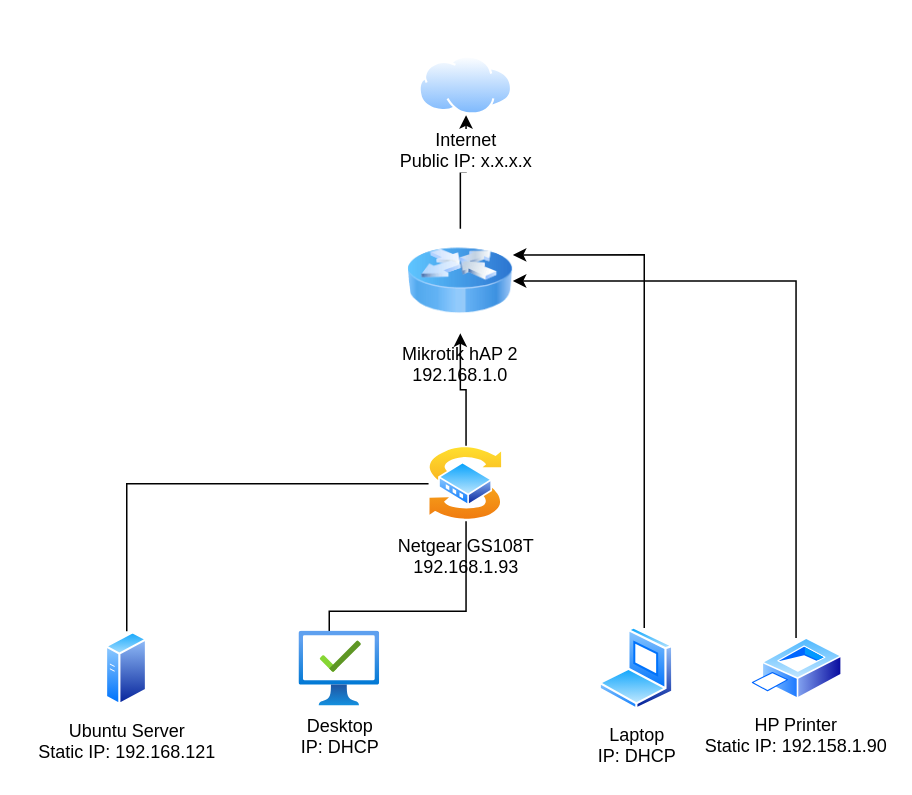
Earlier version of the draw.io diagram Homelab.drawio (GGus99/homelab-security-stack). Source tidied: cells renumbered, new cells numbered last; positions are measured from the earlier drawing's top-left corner, leaving out a move shared by most shapes. Both pictures are drawn from the tidied source at 150%, with x=0, y=0 at pixel (105, 56).
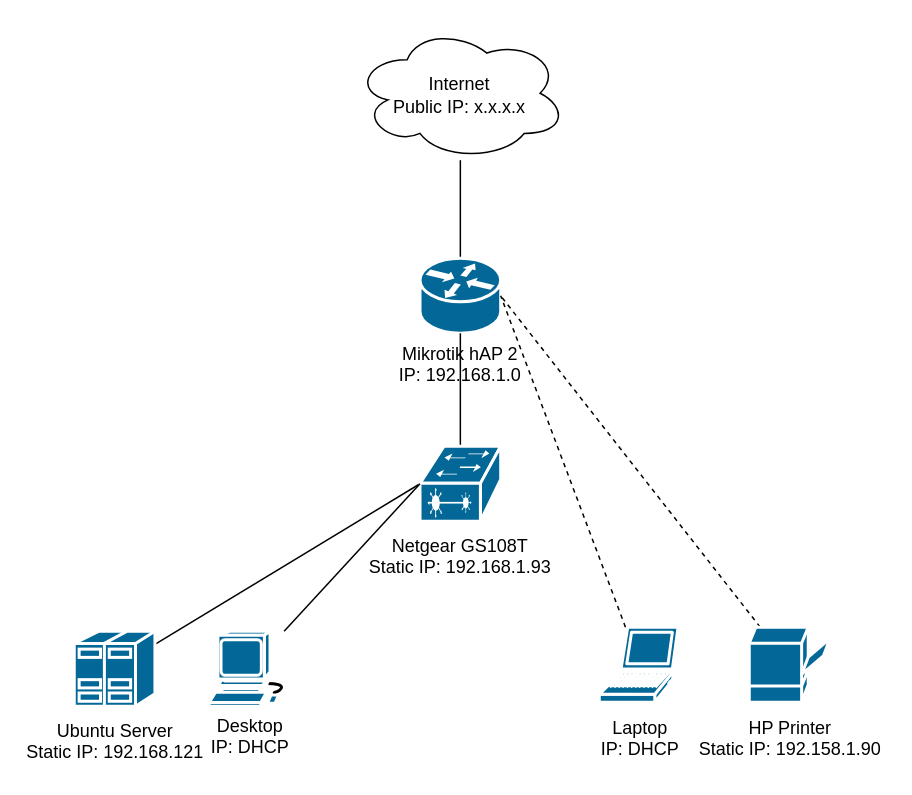
The same diagram, later.

Commit message:
Updated Lines and Icons Homelab.drawio

What changed in the source:
```diff
@@
 <mxGraphModel>
   <root>
     <mxCell id="0" />
     <mxCell id="1" parent="0" />
-    <mxCell id="2" style="edgeStyle=orthogonalEdgeStyle;rounded=0;jettySize=auto;html=1;defaultLabelBackgroundColor=page;" parent="1" edge="1" source="3" target="11">
-      <mxGeometry x="-0.49" relative="1" as="geometry" />
+    <mxCell id="2" style="rounded=0;jettySize=auto;html=1;defaultLabelBackgroundColor=page;strokeColor=default;elbow=vertical;startArrow=none;startFill=0;endArrow=none;endFill=0;" parent="1" edge="1" source="3" target="11">
+      <mxGeometry x="-0.47" relative="1" as="geometry" />
     </mxCell>
-    <mxCell id="3" value="Mikrotik hAP 2&lt;div&gt;192.168.1.0&lt;/div&gt;" style="image;html=1;image=img/lib/clip_art/networking/Router_Icon_128x128.png;labelPerimeter=1;" parent="1" vertex="1">
-      <mxGeometry x="201.4" y="115" width="70" height="69.7" as="geometry" />
+    <mxCell id="3" value="Mikrotik hAP 2&lt;div&gt;IP: 192.168.1.0&lt;/div&gt;" style="html=1;image=img/lib/clip_art/networking/Router_Icon_128x128.png;labelPerimeter=1;strokeColor=#ffffff;sketch=0;dashed=0;fillColor=#036897;strokeWidth=2;verticalLabelPosition=bottom;verticalAlign=top;outlineConnect=0;shape=mxgraph.cisco.routers.router;" parent="1" vertex="1">
+      <mxGeometry x="209.5" y="134.7" width="53.8" height="50" as="geometry" />
     </mxCell>
-    <mxCell id="4" style="edgeStyle=orthogonalEdgeStyle;rounded=0;jettySize=auto;html=1;defaultLabelBackgroundColor=page;shape=filledEdge;startArrow=none;startFill=0;endArrow=none;endFill=0;" parent="1" edge="1" source="6" target="7">
+    <mxCell id="4" style="rounded=0;jettySize=auto;html=1;defaultLabelBackgroundColor=page;shape=filledEdge;startArrow=none;startFill=0;endArrow=none;endFill=0;exitX=0;exitY=0.5;exitDx=0;exitDy=0;exitPerimeter=0;" parent="1" edge="1" source="6" target="7">
       <mxGeometry relative="1" as="geometry" />
     </mxCell>
-    <mxCell id="5" style="edgeStyle=orthogonalEdgeStyle;rounded=0;jettySize=auto;html=1;entryX=0.5;entryY=1;entryDx=0;entryDy=0;defaultLabelBackgroundColor=page;" parent="1" edge="1" source="6" target="3">
+    <mxCell id="5" style="rounded=0;jettySize=auto;html=1;entryX=0.5;entryY=1;entryDx=0;entryDy=0;defaultLabelBackgroundColor=page;endArrow=none;endFill=0;" parent="1" edge="1" source="6" target="3">
       <mxGeometry relative="1" as="geometry" />
     </mxCell>
-    <mxCell id="6" value="Netgear GS108T&lt;div&gt;192.168.1.93&lt;/div&gt;" style="image;perimeter=ellipsePerimeter;html=1;align=center;shadow=0;dashed=0;spacingTop=3;image=img/lib/active_directory/switch.svg;labelPerimeter=1;" parent="1" vertex="1">
-      <mxGeometry x="215.2" y="260" width="50" height="50" as="geometry" />
+    <mxCell id="6" value="Netgear GS108T&lt;div&gt;Static IP: 192.168.1.93&lt;/div&gt;" style="html=1;align=center;shadow=0;dashed=0;spacingTop=3;image=img/lib/active_directory/switch.svg;labelPerimeter=1;strokeColor=#ffffff;sketch=0;fillColor=#036897;strokeWidth=2;verticalLabelPosition=bottom;verticalAlign=top;outlineConnect=0;shape=mxgraph.cisco.switches.layer_2_remote_switch;" parent="1" vertex="1">
+      <mxGeometry x="209.5" y="260" width="53.8" height="50" as="geometry" />
     </mxCell>
-    <mxCell id="7" value="Ubuntu Server&lt;div&gt;Static IP: 192.168.121&lt;/div&gt;" style="image;perimeter=ellipsePerimeter;html=1;align=center;shadow=0;dashed=0;spacingTop=3;image=img/lib/active_directory/generic_server.svg;labelPerimeter=1;" parent="1" vertex="1">
-      <mxGeometry y="383.4" width="28" height="50" as="geometry" />
+    <mxCell id="7" value="Ubuntu Server&lt;div&gt;Static IP: 192.168.121&lt;/div&gt;" style="html=1;align=center;shadow=0;dashed=0;spacingTop=3;image=img/lib/active_directory/generic_server.svg;labelPerimeter=1;strokeColor=#ffffff;sketch=0;fillColor=#036897;strokeWidth=2;verticalLabelPosition=bottom;verticalAlign=top;outlineConnect=0;shape=mxgraph.cisco.servers.standard_host;" parent="1" vertex="1">
+      <mxGeometry x="-21" y="383.4" width="53.8" height="50" as="geometry" />
     </mxCell>
-    <mxCell id="8" style="edgeStyle=orthogonalEdgeStyle;rounded=0;jettySize=auto;html=1;entryX=0.5;entryY=1;entryDx=0;entryDy=0;defaultLabelBackgroundColor=page;endArrow=none;endFill=0;exitX=0;exitY=0.5;exitDx=0;exitDy=0;exitPerimeter=0;" parent="1" edge="1" source="14" target="6">
-      <mxGeometry x="0.52" relative="1" as="geometry">
-        <Array as="points">
-          <mxPoint x="149" y="408.4" />
-          <mxPoint x="149" y="370" />
-          <mxPoint x="240.2" y="370" />
-        </Array>
-      </mxGeometry>
-    </mxCell>
-    <mxCell id="9" style="edgeStyle=orthogonalEdgeStyle;rounded=0;jettySize=auto;html=1;entryX=1;entryY=0.5;entryDx=0;entryDy=0;defaultLabelBackgroundColor=page;" parent="1" edge="1" source="10" target="3">
-      <mxGeometry x="0.05" relative="1" as="geometry">
-        <Array as="points">
-          <mxPoint x="460.2" y="149.8" />
-        </Array>
-      </mxGeometry>
+    <mxCell id="9" style="rounded=0;jettySize=auto;html=1;entryX=1;entryY=0.5;entryDx=0;entryDy=0;defaultLabelBackgroundColor=page;endArrow=none;endFill=0;dashed=1;" parent="1" edge="1" source="10" target="3">
+      <mxGeometry x="0.05" relative="1" as="geometry" />
     </mxCell>
-    <mxCell id="10" value="HP Printer&lt;div&gt;Static IP: 192.158.1.90&lt;/div&gt;" style="image;perimeter=ellipsePerimeter;html=1;align=center;shadow=0;dashed=0;spacingTop=3;image=img/lib/active_directory/printer.svg;labelPerimeter=1;" parent="1" vertex="1">
-      <mxGeometry x="429" y="387.8" width="62.4" height="41.2" as="geometry" />
+    <mxCell id="10" value="HP Printer&lt;div&gt;Static IP: 192.158.1.90&lt;/div&gt;" style="html=1;align=center;shadow=0;dashed=0;spacingTop=3;image=img/lib/active_directory/printer.svg;labelPerimeter=1;sketch=0;fillColor=#036897;strokeColor=#ffffff;strokeWidth=2;verticalLabelPosition=bottom;verticalAlign=top;outlineConnect=0;shape=mxgraph.cisco.computers_and_peripherals.printer;" parent="1" vertex="1">
+      <mxGeometry x="429" y="380.6" width="53.8" height="50" as="geometry" />
     </mxCell>
-    <mxCell id="11" value="Internet&lt;div&gt;Public IP: x.x.x.x&lt;/div&gt;" style="image;perimeter=ellipsePerimeter;html=1;align=center;shadow=0;dashed=0;spacingTop=3;image=img/lib/active_directory/internet_cloud.svg;labelPerimeter=1;" parent="1" vertex="1">
-      <mxGeometry x="209" width="62.4" height="39.3" as="geometry" />
+    <mxCell id="11" value="Internet&lt;div&gt;Public IP: x.x.x.x&lt;/div&gt;" style="html=1;align=center;shadow=0;dashed=0;spacingTop=3;image=img/lib/active_directory/internet_cloud.svg;labelPerimeter=1;shape=cloud;perimeter=ellipsePerimeter;whiteSpace=wrap;" parent="1" vertex="1">
+      <mxGeometry x="165.5" y="-20" width="141.8" height="89.3" as="geometry" />
     </mxCell>
-    <mxCell id="12" style="edgeStyle=orthogonalEdgeStyle;rounded=0;jettySize=auto;html=1;entryX=1;entryY=0.25;entryDx=0;entryDy=0;defaultLabelBackgroundColor=page;" parent="1" edge="1" source="13" target="3">
-      <mxGeometry relative="1" as="geometry">
-        <Array as="points">
-          <mxPoint x="359" y="132.4" />
-        </Array>
-      </mxGeometry>
+    <mxCell id="12" style="rounded=0;jettySize=auto;html=1;entryX=1;entryY=0.5;entryDx=0;entryDy=0;defaultLabelBackgroundColor=page;endArrow=none;endFill=0;entryPerimeter=0;dashed=1;" parent="1" edge="1" source="13" target="3">
+      <mxGeometry relative="1" as="geometry" />
     </mxCell>
-    <mxCell id="13" value="Laptop&lt;div&gt;IP: DHCP&lt;/div&gt;" style="image;perimeter=ellipsePerimeter;html=1;align=center;shadow=0;dashed=0;spacingTop=3;image=img/lib/active_directory/laptop_client.svg;labelPerimeter=1;" parent="1" vertex="1">
-      <mxGeometry x="329" y="380.6" width="50" height="55.6" as="geometry" />
+    <mxCell id="13" value="Laptop&lt;div&gt;IP: DHCP&lt;/div&gt;" style="html=1;align=center;shadow=0;dashed=0;spacingTop=3;image=img/lib/active_directory/laptop_client.svg;labelPerimeter=1;sketch=0;fillColor=#036897;strokeColor=#ffffff;strokeWidth=2;verticalLabelPosition=bottom;verticalAlign=top;outlineConnect=0;shape=mxgraph.cisco.computers_and_peripherals.laptop;" parent="1" vertex="1">
+      <mxGeometry x="329" y="380.6" width="53.8" height="50" as="geometry" />
     </mxCell>
+    <mxCell id="8" style="rounded=0;jettySize=auto;html=1;defaultLabelBackgroundColor=page;endArrow=none;endFill=0;entryX=0;entryY=0.5;entryDx=0;entryDy=0;entryPerimeter=0;" parent="1" edge="1" source="14" target="6">
+      <mxGeometry relative="1" as="geometry" />
+    </mxCell>
-    <mxCell id="14" value="Desktop&lt;div&gt;IP: DHCP&lt;/div&gt;" style="image;html=1;align=center;fontSize=12;image=img/lib/azure2/management_governance/Managed_Desktop.svg;points=[[0.5,0.003,0],[0.5,0.997,0],[0,0.5,0],[1,0.5,0],[0.987,0.008,0],[0.75,0.997,0],[0.25,0.997,0],[0.013,0.008,0]];labelPerimeter=1;" parent="1" vertex="1">
-      <mxGeometry x="129" y="383.4" width="53.8" height="50" as="geometry" />
+    <mxCell id="14" value="Desktop&lt;div&gt;IP: DHCP&lt;/div&gt;" style="html=1;align=center;fontSize=12;image=img/lib/azure2/management_governance/Managed_Desktop.svg;labelPerimeter=1;sketch=0;dashed=0;fillColor=#036897;strokeColor=#ffffff;strokeWidth=2;verticalLabelPosition=bottom;verticalAlign=top;outlineConnect=0;shape=mxgraph.cisco.computers_and_peripherals.workstation;" parent="1" vertex="1">
+      <mxGeometry x="69" y="383.4" width="53.8" height="50" as="geometry" />
     </mxCell>
   </root>
 </mxGraphModel>
```
